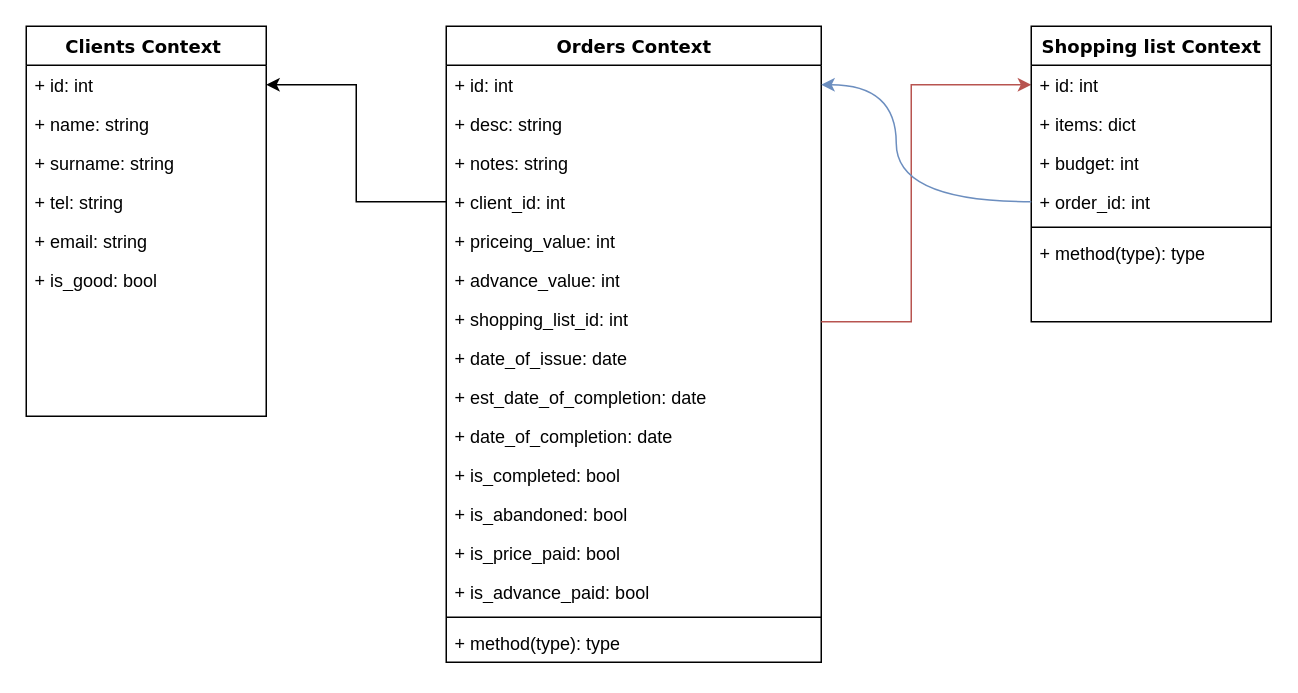
This is stolarz.drawio from mateusz-kifner/stolarz, a draw.io file, before an edit. Source tidied: cells renumbered, new cells numbered last; positions are measured from the earlier drawing's top-left corner, leaving out a move shared by most shapes. Both pictures are drawn from the tidied source at 150%, with x=0, y=0 at pixel (26, 26).
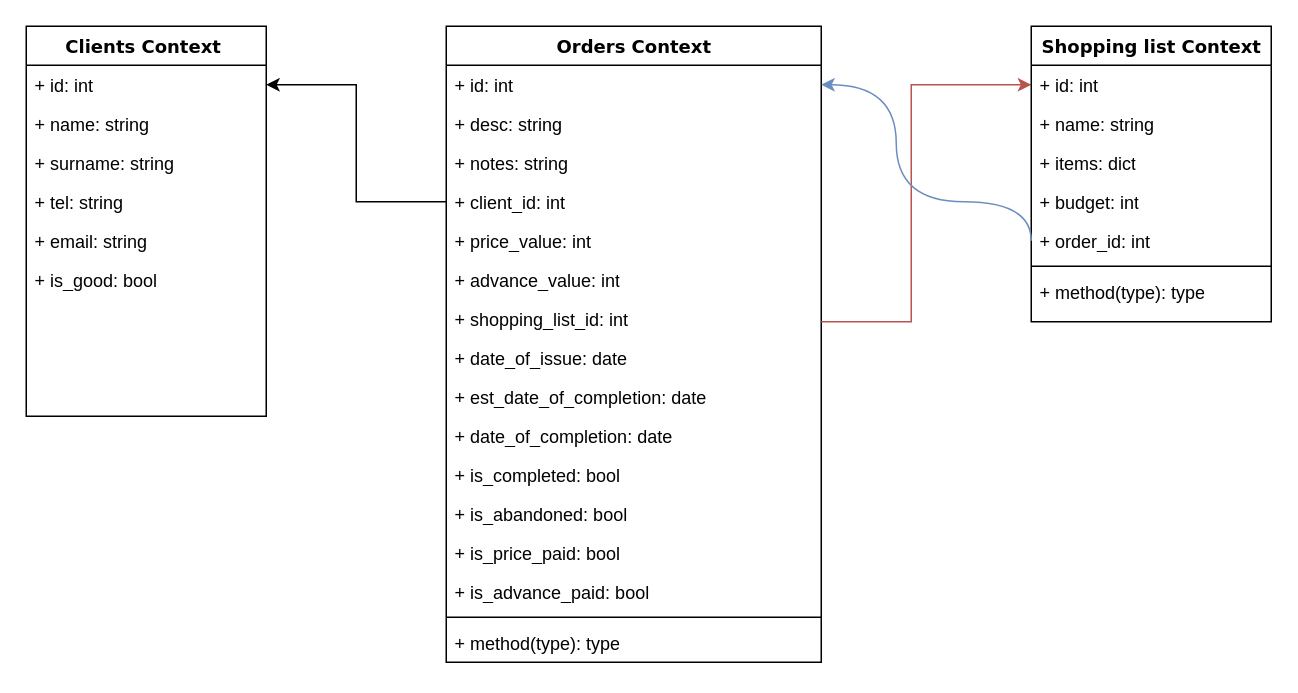
The same diagram, later.

Unchanged cells that the change refers to:
```xml
<mxCell id="9" value="Orders Context" style="swimlane;html=1;fontStyle=1;align=center;verticalAlign=top;horizontal=1;startSize=26;swimlaneFillColor=#ffffff;rounded=0;shadow=0;comic=0;labelBackgroundColor=none;strokeWidth=1;fillColor=none;fontFamily=Verdana;fontSize=12;" parent="1" vertex="1">
  <mxGeometry x="280" width="250" height="424" as="geometry" />
</mxCell>
<mxCell id="28" value="Shopping list Context" style="swimlane;html=1;fontStyle=1;align=center;verticalAlign=top;horizontal=1;startSize=26;swimlaneFillColor=#ffffff;rounded=0;shadow=0;comic=0;labelBackgroundColor=none;strokeWidth=1;fillColor=none;fontFamily=Verdana;fontSize=12;" parent="1" vertex="1">
  <mxGeometry x="670" width="160" height="197" as="geometry" />
</mxCell>
```

What changed in the source:
```diff
@@
-    <mxCell id="14" value="+ priceing_value: int" style="text;html=1;strokeColor=none;fillColor=none;align=left;verticalAlign=top;spacingLeft=4;spacingRight=4;whiteSpace=wrap;overflow=hidden;" parent="9" vertex="1">
+    <mxCell id="14" value="+ price_value: int" style="text;html=1;strokeColor=none;fillColor=none;align=left;verticalAlign=top;spacingLeft=4;spacingRight=4;whiteSpace=wrap;overflow=hidden;" parent="9" vertex="1">
       <mxGeometry y="130" width="250" height="26" as="geometry" />
     </mxCell>
@@
+    <mxCell id="36" value="+ name: string" style="text;html=1;strokeColor=none;fillColor=none;align=left;verticalAlign=top;spacingLeft=4;spacingRight=4;whiteSpace=wrap;overflow=hidden;" parent="28" vertex="1">
+      <mxGeometry y="52" width="160" height="26" as="geometry" />
+    </mxCell>
     <mxCell id="30" value="+ items: dict" style="text;html=1;strokeColor=none;fillColor=none;align=left;verticalAlign=top;spacingLeft=4;spacingRight=4;whiteSpace=wrap;overflow=hidden;" parent="28" vertex="1">
-      <mxGeometry y="52" width="160" height="26" as="geometry" />
+      <mxGeometry y="78" width="160" height="26" as="geometry" />
     </mxCell>
     <mxCell id="31" value="+ budget: int" style="text;html=1;strokeColor=none;fillColor=none;align=left;verticalAlign=top;spacingLeft=4;spacingRight=4;whiteSpace=wrap;overflow=hidden;" parent="28" vertex="1">
-      <mxGeometry y="78" width="160" height="26" as="geometry" />
+      <mxGeometry y="104" width="160" height="26" as="geometry" />
     </mxCell>
     <mxCell id="32" value="+ order_id: int" style="text;html=1;strokeColor=none;fillColor=none;align=left;verticalAlign=top;spacingLeft=4;spacingRight=4;whiteSpace=wrap;overflow=hidden;points=[[0,0.5],[1,0.5]];portConstraint=eastwest;" parent="28" vertex="1">
-      <mxGeometry y="104" width="160" height="26" as="geometry" />
+      <mxGeometry y="130" width="160" height="26" as="geometry" />
     </mxCell>
     <mxCell id="33" style="line;html=1;strokeWidth=1;fillColor=none;align=left;verticalAlign=middle;spacingTop=-1;spacingLeft=3;spacingRight=3;labelPosition=right;" parent="28" vertex="1">
-      <mxGeometry y="130" width="160" height="8" as="geometry" />
+      <mxGeometry y="156" width="160" height="8" as="geometry" />
     </mxCell>
     <mxCell id="34" value="+ method(type): type" style="text;html=1;strokeColor=none;fillColor=none;align=left;verticalAlign=top;spacingLeft=4;spacingRight=4;whiteSpace=wrap;overflow=hidden;" parent="28" vertex="1">
-      <mxGeometry y="138" width="160" height="26" as="geometry" />
+      <mxGeometry y="164" width="160" height="26" as="geometry" />
     </mxCell>
```
